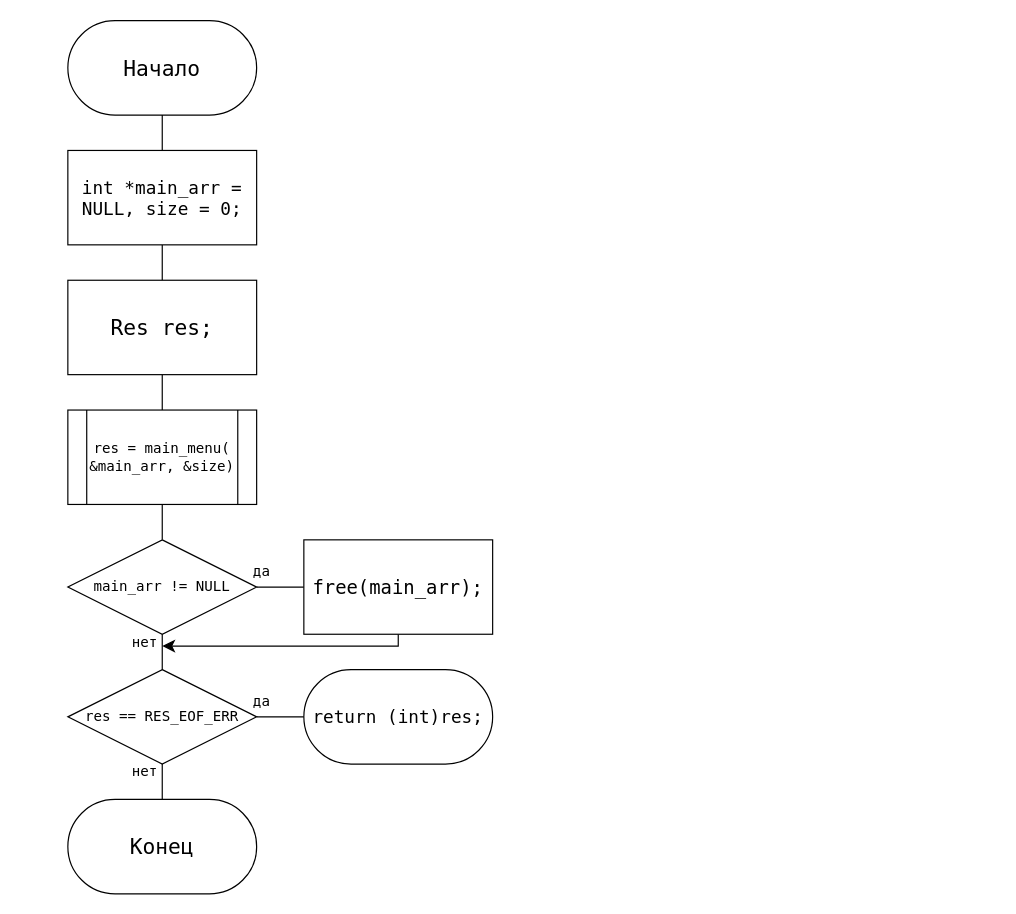
This is page "main" (1 of 5) of lab3/lab3new.drawio from molchanov71/MEPhIflowcharts, a draw.io file, before an edit. Source tidied: cells renumbered, new cells numbered last; positions are measured from the earlier drawing's top-left corner, leaving out a move shared by most shapes. Both pictures are drawn from the tidied source at 118%, with x=0, y=0 at pixel (67, 20).
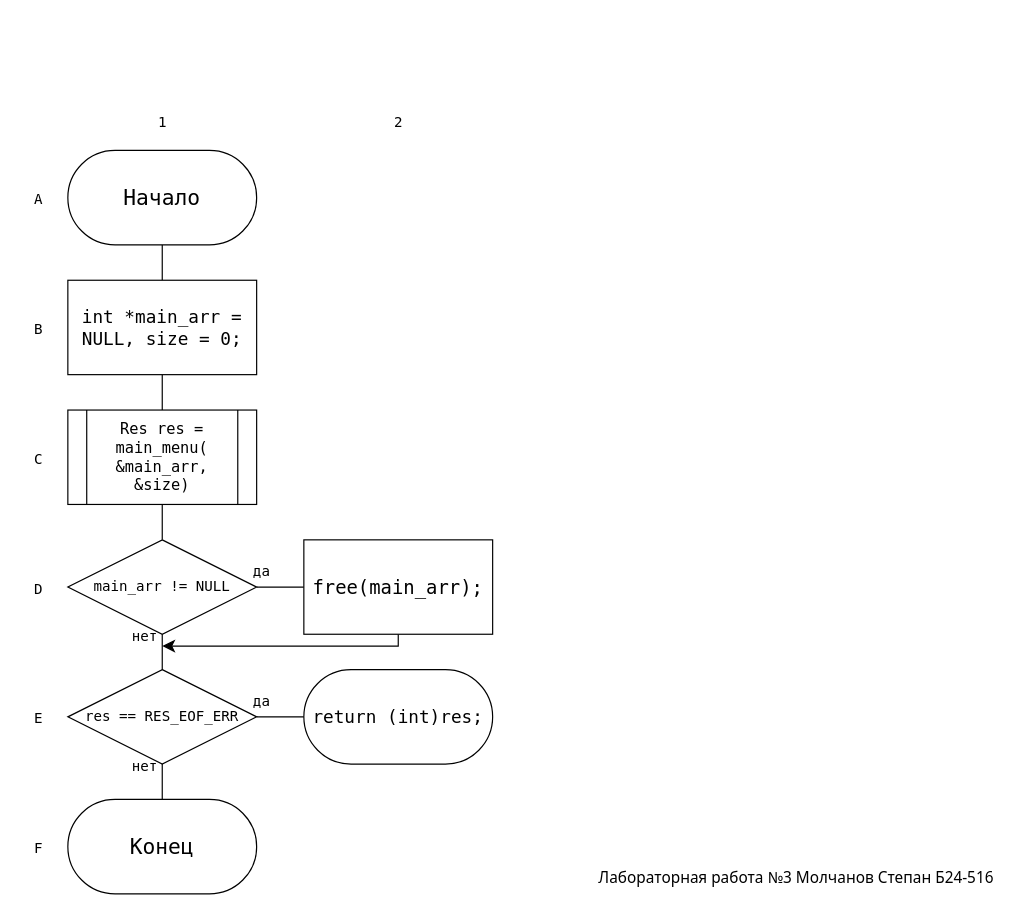
The same page after the edit.

Diff of the diagram source:
```diff
@@
     <mxCell id="3" value="&lt;font style=&quot;font-size: 18px;&quot; face=&quot;Lucida Console&quot;&gt;Начало&lt;/font&gt;" style="rounded=1;whiteSpace=wrap;html=1;arcSize=50;" parent="1" vertex="1">
-      <mxGeometry width="160" height="80" as="geometry" />
+      <mxGeometry y="110" width="160" height="80" as="geometry" />
     </mxCell>
-    <mxCell id="4" style="edgeStyle=none;curved=1;rounded=0;jettySize=auto;html=1;exitX=0.5;exitY=1;exitDx=0;exitDy=0;entryX=0.5;entryY=0;entryDx=0;entryDy=0;fontSize=12;startSize=8;endSize=8;endArrow=none;endFill=0;" parent="1" edge="1" source="5" target="17">
-      <mxGeometry relative="1" as="geometry" />
+    <mxCell id="4" style="edgeStyle=none;curved=1;rounded=0;jettySize=auto;html=1;exitX=0.5;exitY=1;exitDx=0;exitDy=0;entryX=0.5;entryY=0;entryDx=0;entryDy=0;fontSize=12;startSize=8;endSize=8;endArrow=none;endFill=0;" parent="1" edge="1" source="5">
+      <mxGeometry relative="1" as="geometry">
+        <mxPoint x="80" y="330" as="targetPoint" />
+      </mxGeometry>
     </mxCell>
     <mxCell id="5" value="&lt;font style=&quot;font-size: 15px;&quot; face=&quot;Lucida Console&quot;&gt;int *main_arr = NULL, size = 0;&lt;/font&gt;" style="rounded=0;whiteSpace=wrap;html=1;" parent="1" vertex="1">
-      <mxGeometry y="110" width="160" height="80" as="geometry" />
+      <mxGeometry y="220" width="160" height="80" as="geometry" />
     </mxCell>
@@
-    <mxCell id="7" value="&lt;font style=&quot;font-size: 12px;&quot; face=&quot;Lucida Console&quot;&gt;res = main_menu(&lt;br&gt;&amp;amp;main_arr, &amp;amp;size)&lt;/font&gt;" style="shape=process;whiteSpace=wrap;html=1;backgroundOutline=1;" parent="1" vertex="1">
+    <mxCell id="7" value="&lt;font style=&quot;font-size: 13px;&quot; face=&quot;Lucida Console&quot;&gt;Res res = main_menu(&lt;br&gt;&amp;amp;main_arr, &amp;amp;size)&lt;/font&gt;" style="shape=process;whiteSpace=wrap;html=1;backgroundOutline=1;" parent="1" vertex="1">
       <mxGeometry y="330" width="160" height="80" as="geometry" />
     </mxCell>
@@
-    <mxCell id="16" style="edgeStyle=none;curved=1;rounded=0;jettySize=auto;html=1;exitX=0.5;exitY=1;exitDx=0;exitDy=0;entryX=0.5;entryY=0;entryDx=0;entryDy=0;fontSize=12;startSize=8;endSize=8;endArrow=none;endFill=0;" parent="1" edge="1" source="17" target="7">
-      <mxGeometry relative="1" as="geometry" />
-    </mxCell>
-    <mxCell id="17" value="&lt;font style=&quot;font-size: 18px;&quot; face=&quot;Lucida Console&quot;&gt;Res res;&lt;/font&gt;" style="rounded=0;whiteSpace=wrap;html=1;" parent="1" vertex="1">
-      <mxGeometry y="220" width="160" height="80" as="geometry" />
-    </mxCell>
@@
     <mxCell id="21" value="&lt;font style=&quot;font-size: 12px;&quot; face=&quot;Lucida Console&quot;&gt;нет&lt;/font&gt;" style="text;html=1;align=center;verticalAlign=middle;strokeColor=none;fillColor=none;fontSize=16;" parent="1" vertex="1">
-      <mxGeometry x="40" y="510" width="50" height="30" as="geometry" />
+      <mxGeometry x="40" y="505" width="50" height="30" as="geometry" />
     </mxCell>
@@
     <mxCell id="23" value="&lt;font style=&quot;font-size: 12px;&quot; face=&quot;Lucida Console&quot;&gt;нет&lt;/font&gt;" style="text;html=1;align=center;verticalAlign=middle;strokeColor=none;fillColor=none;fontSize=16;" parent="1" vertex="1">
-      <mxGeometry x="40" y="620" width="50" height="30" as="geometry" />
+      <mxGeometry x="40" y="615" width="50" height="30" as="geometry" />
     </mxCell>
+    <mxCell id="24" value="&lt;font style=&quot;font-size: 12px;&quot; face=&quot;Lucida Console&quot;&gt;1&lt;/font&gt;" style="text;html=1;align=center;verticalAlign=middle;strokeColor=none;fillColor=none;fontSize=16;" parent="1" vertex="1">
+      <mxGeometry x="65" y="70" width="30" height="30" as="geometry" />
+    </mxCell>
+    <mxCell id="25" value="&lt;font style=&quot;font-size: 12px;&quot; face=&quot;Lucida Console&quot;&gt;2&lt;/font&gt;" style="text;html=1;align=center;verticalAlign=middle;strokeColor=none;fillColor=none;fontSize=16;" parent="1" vertex="1">
+      <mxGeometry x="265" y="70" width="30" height="30" as="geometry" />
+    </mxCell>
+    <mxCell id="26" value="&lt;font style=&quot;font-size: 12px;&quot; face=&quot;Lucida Console&quot;&gt;A&lt;/font&gt;" style="text;html=1;align=center;verticalAlign=middle;strokeColor=none;fillColor=none;fontSize=16;" parent="1" vertex="1">
+      <mxGeometry x="-40" y="135" width="30" height="30" as="geometry" />
+    </mxCell>
+    <mxCell id="27" value="&lt;font style=&quot;font-size: 12px;&quot; face=&quot;Lucida Console&quot;&gt;B&lt;/font&gt;" style="text;html=1;align=center;verticalAlign=middle;strokeColor=none;fillColor=none;fontSize=16;" parent="1" vertex="1">
+      <mxGeometry x="-40" y="245" width="30" height="30" as="geometry" />
+    </mxCell>
+    <mxCell id="28" value="&lt;font style=&quot;font-size: 12px;&quot; face=&quot;Lucida Console&quot;&gt;C&lt;/font&gt;" style="text;html=1;align=center;verticalAlign=middle;strokeColor=none;fillColor=none;fontSize=16;" parent="1" vertex="1">
+      <mxGeometry x="-40" y="355" width="30" height="30" as="geometry" />
+    </mxCell>
+    <mxCell id="29" value="&lt;font style=&quot;font-size: 12px;&quot; face=&quot;Lucida Console&quot;&gt;D&lt;/font&gt;" style="text;html=1;align=center;verticalAlign=middle;strokeColor=none;fillColor=none;fontSize=16;" parent="1" vertex="1">
+      <mxGeometry x="-40" y="465" width="30" height="30" as="geometry" />
+    </mxCell>
+    <mxCell id="30" value="&lt;font style=&quot;font-size: 12px;&quot; face=&quot;Lucida Console&quot;&gt;E&lt;/font&gt;" style="text;html=1;align=center;verticalAlign=middle;strokeColor=none;fillColor=none;fontSize=16;" parent="1" vertex="1">
+      <mxGeometry x="-40" y="575" width="30" height="30" as="geometry" />
+    </mxCell>
+    <mxCell id="31" value="&lt;font style=&quot;font-size: 12px;&quot; face=&quot;Lucida Console&quot;&gt;F&lt;/font&gt;" style="text;html=1;align=center;verticalAlign=middle;strokeColor=none;fillColor=none;fontSize=16;" parent="1" vertex="1">
+      <mxGeometry x="-40" y="685" width="30" height="30" as="geometry" />
+    </mxCell>
+    <mxCell id="32" value="&lt;font face=&quot;Tahoma&quot; style=&quot;font-size: 13px;&quot;&gt;Лабораторная работа №3 Молчанов Степан Б24-516&lt;/font&gt;" style="text;html=1;align=center;verticalAlign=middle;strokeColor=none;fillColor=none;fontSize=16;" parent="1" vertex="1">
+      <mxGeometry x="447" y="710" width="340" height="30" as="geometry" />
+    </mxCell>
```
